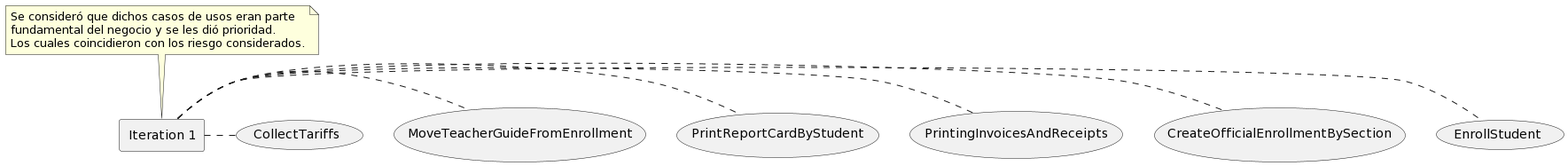
wsmcbl/wsmcbl.doc keeps this PlantUML diagram as out/UseCaseView/Prioritization.png. Above is the earlier version.
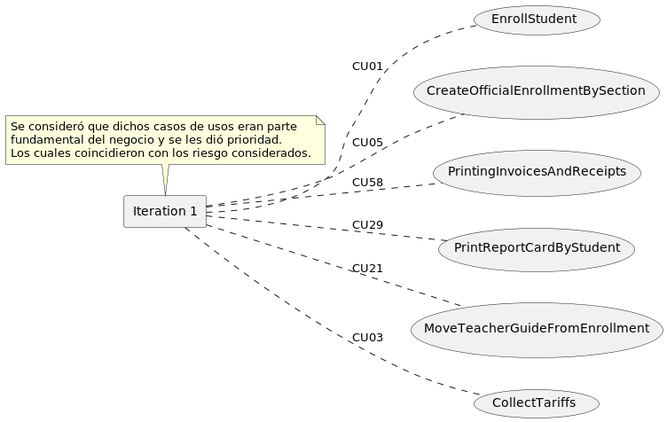
The same file after the commit.

Diff of the diagram source:
```diff
@@ -1,5 +1,5 @@
 @startuml
-skinparam BackgroundColor transparent
+left to right direction
 
 rectangle "Iteration 1" as Iteration1
 
@@ -12,10 +12,10 @@
 usecase CU21 as "MoveTeacherGuideFromEnrollment"
 usecase CU03 as "CollectTariffs"
 
-Iteration1 . CU01
-Iteration1 . CU05
-Iteration1 . CU58
-Iteration1 . CU29
-Iteration1 . CU21
-Iteration1 . CU03
+Iteration1 .. CU01 : CU01
+Iteration1 .. CU05 : CU05
+Iteration1 .. CU58 : CU58
+Iteration1 .. CU29 : CU29
+Iteration1 .. CU21 : CU21
+Iteration1 .. CU03 : CU03
 @enduml
```
